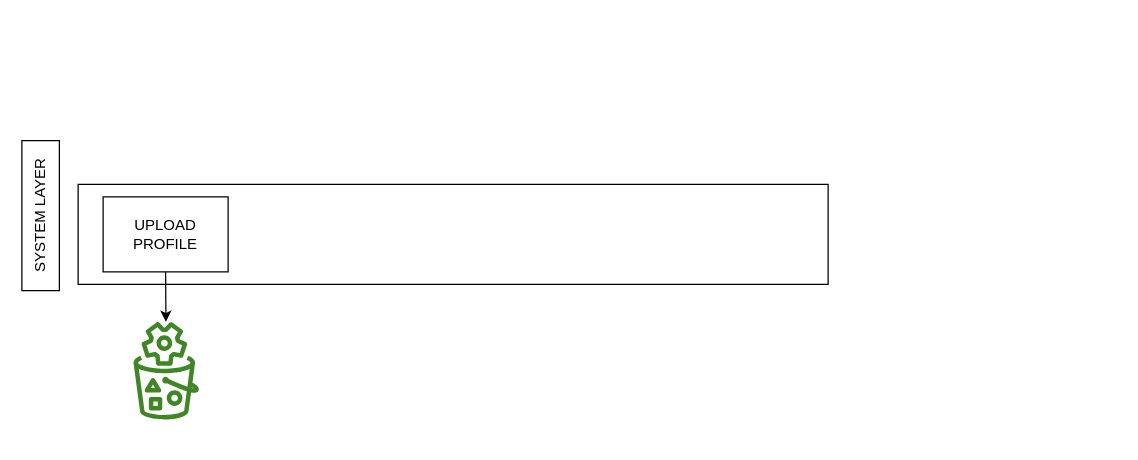
Before: src/main/resources/interview_workflow.drawio in arijit-chaudhury/demo, a draw.io diagram. Source tidied: cells renumbered, new cells numbered last; positions are measured from the earlier drawing's top-left corner, leaving out a move shared by most shapes. Both pictures are drawn from the tidied source at 125%, with x=0, y=0 at pixel (-35, 184).
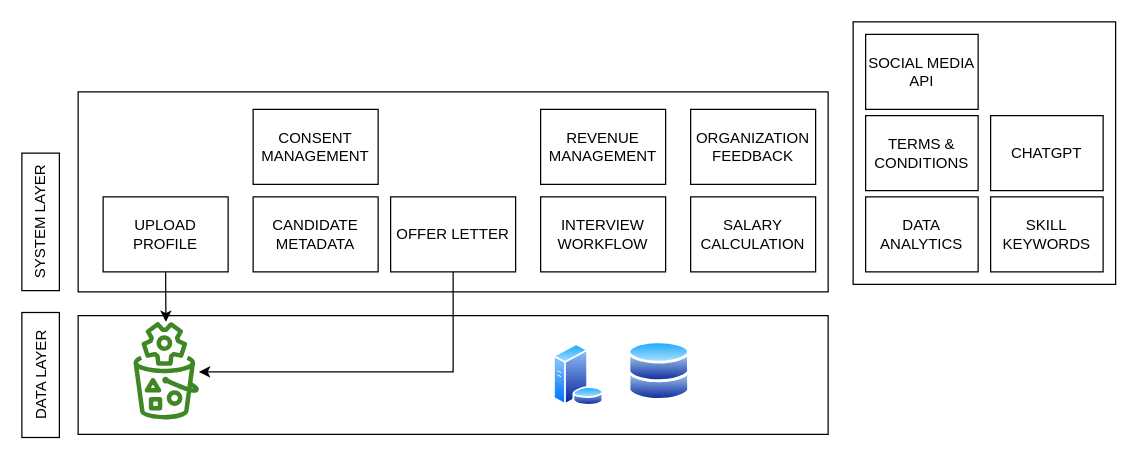
The same diagram, later.

The change refers to these unchanged cells:
```xml
<mxCell id="5" style="sketch=0;outlineConnect=0;fontColor=#232F3E;gradientColor=none;fillColor=#3F8624;strokeColor=none;dashed=0;verticalLabelPosition=bottom;verticalAlign=top;align=center;html=1;fontSize=12;fontStyle=0;shape=mxgraph.aws4.s3_object_lambda;" parent="1" vertex="1">
  <mxGeometry x="134" y="110" width="53" height="78" as="geometry" />
</mxCell>
```

Diff of the diagram source:
```diff
@@
+    <mxCell id="7" style="rounded=0;whiteSpace=wrap;html=1;fillColor=none;" parent="1" vertex="1">
+      <mxGeometry x="710" y="-130" width="210" height="210" as="geometry" />
+    </mxCell>
+    <mxCell id="8" style="rounded=0;whiteSpace=wrap;html=1;fillColor=none;" parent="1" vertex="1">
+      <mxGeometry x="90" y="105" width="600" height="95" as="geometry" />
+    </mxCell>
-    <mxCell id="2" style="rounded=0;whiteSpace=wrap;html=1;" parent="1" vertex="1">
-      <mxGeometry x="90" width="600" height="80" as="geometry" />
+    <mxCell id="2" style="rounded=0;whiteSpace=wrap;html=1;fillColor=none;" parent="1" vertex="1">
+      <mxGeometry x="90" y="-74" width="600" height="160" as="geometry" />
     </mxCell>
     <mxCell id="3" value="SYSTEM LAYER" style="rounded=0;whiteSpace=wrap;html=1;rotation=-90;" parent="1" vertex="1">
-      <mxGeometry y="10" width="120" height="30" as="geometry" />
+      <mxGeometry x="5" y="15" width="110" height="30" as="geometry" />
     </mxCell>
@@
+    <mxCell id="9" value="INTERVIEW WORKFLOW" style="rounded=0;whiteSpace=wrap;html=1;" parent="1" vertex="1">
+      <mxGeometry x="460" y="10" width="100" height="60" as="geometry" />
+    </mxCell>
+    <mxCell id="10" style="edgeStyle=orthogonalEdgeStyle;rounded=0;jettySize=auto;html=1;exitX=0.5;exitY=1;exitDx=0;exitDy=0;" parent="1" edge="1" source="11" target="5">
+      <mxGeometry relative="1" as="geometry">
+        <Array as="points">
+          <mxPoint x="390" y="150" />
+        </Array>
+      </mxGeometry>
+    </mxCell>
+    <mxCell id="11" value="OFFER LETTER" style="rounded=0;whiteSpace=wrap;html=1;" parent="1" vertex="1">
+      <mxGeometry x="340" y="10" width="100" height="60" as="geometry" />
+    </mxCell>
+    <mxCell id="12" value="SALARY CALCULATION" style="rounded=0;whiteSpace=wrap;html=1;" parent="1" vertex="1">
+      <mxGeometry x="580" y="10" width="100" height="60" as="geometry" />
+    </mxCell>
+    <mxCell id="13" style="image;perimeter=ellipsePerimeter;html=1;align=center;shadow=0;dashed=0;spacingTop=3;image=img/lib/active_directory/database_server.svg;" parent="1" vertex="1">
+      <mxGeometry x="470" y="127.5" width="41" height="50" as="geometry" />
+    </mxCell>
+    <mxCell id="14" style="image;perimeter=ellipsePerimeter;html=1;align=center;shadow=0;dashed=0;spacingTop=3;image=img/lib/active_directory/databases.svg;" parent="1" vertex="1">
+      <mxGeometry x="530" y="125" width="50" height="49" as="geometry" />
+    </mxCell>
+    <mxCell id="15" value="DATA LAYER" style="rounded=0;whiteSpace=wrap;html=1;rotation=-90;" parent="1" vertex="1">
+      <mxGeometry x="10" y="137.5" width="100" height="30" as="geometry" />
+    </mxCell>
+    <mxCell id="16" value="DATA ANALYTICS" style="rounded=0;whiteSpace=wrap;html=1;" parent="1" vertex="1">
+      <mxGeometry x="720" y="10" width="90" height="60" as="geometry" />
+    </mxCell>
+    <mxCell id="17" value="SKILL KEYWORDS" style="rounded=0;whiteSpace=wrap;html=1;" parent="1" vertex="1">
+      <mxGeometry x="820" y="10" width="90" height="60" as="geometry" />
+    </mxCell>
+    <mxCell id="18" value="TERMS &amp;amp; CONDITIONS" style="rounded=0;whiteSpace=wrap;html=1;" parent="1" vertex="1">
+      <mxGeometry x="720" y="-55" width="90" height="60" as="geometry" />
+    </mxCell>
+    <mxCell id="19" value="CANDIDATE METADATA" style="rounded=0;whiteSpace=wrap;html=1;" parent="1" vertex="1">
+      <mxGeometry x="230" y="10" width="100" height="60" as="geometry" />
+    </mxCell>
+    <mxCell id="20" value="SOCIAL MEDIA API" style="rounded=0;whiteSpace=wrap;html=1;" parent="1" vertex="1">
+      <mxGeometry x="720" y="-120" width="90" height="60" as="geometry" />
+    </mxCell>
+    <mxCell id="21" value="CONSENT MANAGEMENT" style="rounded=0;whiteSpace=wrap;html=1;" parent="1" vertex="1">
+      <mxGeometry x="230" y="-60" width="100" height="60" as="geometry" />
+    </mxCell>
+    <mxCell id="22" value="CHATGPT" style="rounded=0;whiteSpace=wrap;html=1;" parent="1" vertex="1">
+      <mxGeometry x="820" y="-55" width="90" height="60" as="geometry" />
+    </mxCell>
+    <mxCell id="23" value="ORGANIZATION FEEDBACK" style="rounded=0;whiteSpace=wrap;html=1;" parent="1" vertex="1">
+      <mxGeometry x="580" y="-60" width="100" height="60" as="geometry" />
+    </mxCell>
+    <mxCell id="24" value="REVENUE MANAGEMENT" style="rounded=0;whiteSpace=wrap;html=1;" parent="1" vertex="1">
+      <mxGeometry x="460" y="-60" width="100" height="60" as="geometry" />
+    </mxCell>
```
